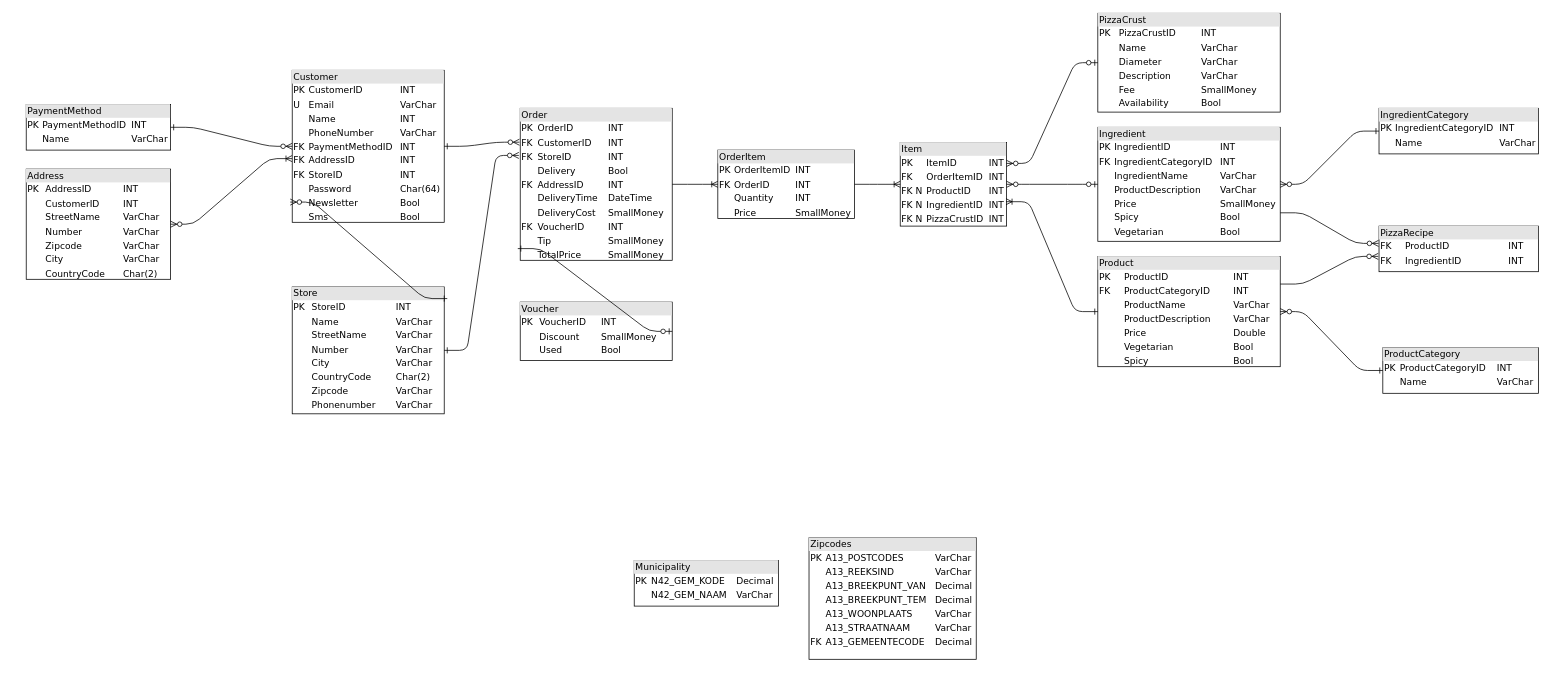
Above: DBO_huidige_situatie.drawio in SlatanEnLexSemester4/Mario-Pizza-Case (draw.io), before the change. Source tidied: cells renumbered, new cells numbered last; positions are measured from the earlier drawing's top-left corner, leaving out a move shared by most shapes. Both pictures are drawn from the tidied source at 76%, with x=0, y=0 at pixel (26, 13).
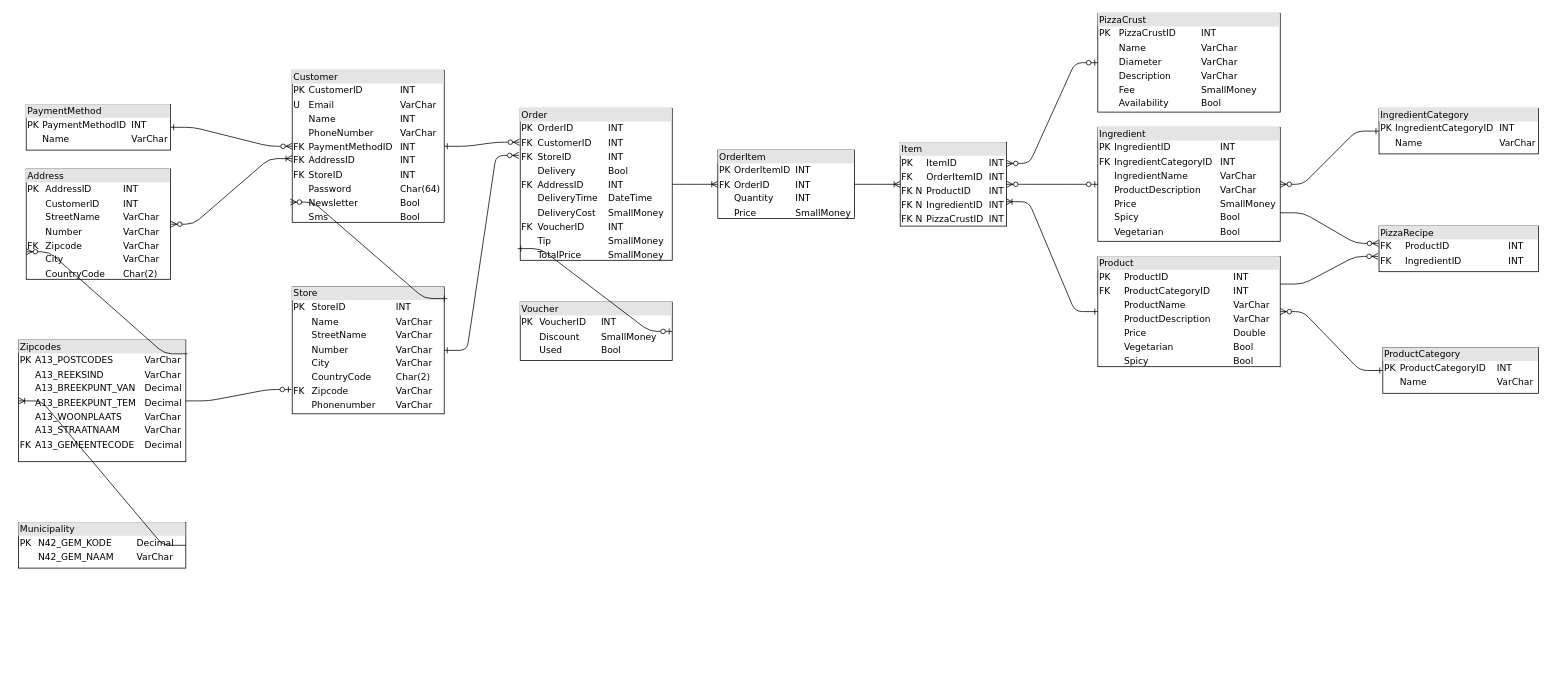
Above is the later version.

The edit, as a diff of the source:
```diff
@@
-    <mxCell id="4" value="&lt;div style=&quot;box-sizing: border-box ; width: 100% ; background: #e4e4e4 ; padding: 2px&quot;&gt;Store&lt;br&gt;&lt;/div&gt;&lt;table style=&quot;width: 100% ; font-size: 1em&quot; cellspacing=&quot;0&quot; cellpadding=&quot;2&quot;&gt;&lt;tbody&gt;&lt;tr&gt;&lt;td&gt;PK&lt;/td&gt;&lt;td&gt;StoreID&lt;br&gt;&lt;/td&gt;&lt;td&gt;INT&lt;/td&gt;&lt;/tr&gt;&lt;tr&gt;&lt;td&gt;&lt;br&gt;&lt;/td&gt;&lt;td&gt;Name&lt;br&gt;&lt;/td&gt;&lt;td&gt;VarChar&lt;/td&gt;&lt;/tr&gt;&lt;tr&gt;&lt;td&gt;&lt;br&gt;&lt;/td&gt;&lt;td&gt;StreetName&lt;br&gt;&lt;/td&gt;&lt;td&gt;VarChar&lt;/td&gt;&lt;/tr&gt;&lt;tr&gt;&lt;td&gt;&lt;br&gt;&lt;/td&gt;&lt;td&gt;Number&lt;br&gt;&lt;/td&gt;&lt;td&gt;VarChar&lt;/td&gt;&lt;/tr&gt;&lt;tr&gt;&lt;td&gt;&lt;br&gt;&lt;/td&gt;&lt;td&gt;City&lt;br&gt;&lt;/td&gt;&lt;td&gt;VarChar&lt;/td&gt;&lt;/tr&gt;&lt;tr&gt;&lt;td&gt;&lt;br&gt;&lt;/td&gt;&lt;td&gt;CountryCode&lt;br&gt;&lt;/td&gt;&lt;td&gt;Char(2)&lt;/td&gt;&lt;/tr&gt;&lt;tr&gt;&lt;td&gt;&lt;br&gt;&lt;/td&gt;&lt;td&gt;Zipcode&lt;br&gt;&lt;/td&gt;&lt;td&gt;VarChar&lt;/td&gt;&lt;/tr&gt;&lt;tr&gt;&lt;td&gt;&lt;br&gt;&lt;/td&gt;&lt;td&gt;Phonenumber&lt;br&gt;&lt;/td&gt;&lt;td&gt;VarChar&lt;/td&gt;&lt;/tr&gt;&lt;/tbody&gt;&lt;/table&gt;" style="verticalAlign=top;align=left;overflow=fill;html=1;rounded=0;shadow=0;comic=0;labelBackgroundColor=none;strokeWidth=1;fontFamily=Verdana;fontSize=12;" parent="1" vertex="1">
+    <mxCell id="4" value="&lt;div style=&quot;box-sizing: border-box ; width: 100% ; background: #e4e4e4 ; padding: 2px&quot;&gt;Store&lt;br&gt;&lt;/div&gt;&lt;table style=&quot;width: 100% ; font-size: 1em&quot; cellspacing=&quot;0&quot; cellpadding=&quot;2&quot;&gt;&lt;tbody&gt;&lt;tr&gt;&lt;td&gt;PK&lt;/td&gt;&lt;td&gt;StoreID&lt;br&gt;&lt;/td&gt;&lt;td&gt;INT&lt;/td&gt;&lt;/tr&gt;&lt;tr&gt;&lt;td&gt;&lt;br&gt;&lt;/td&gt;&lt;td&gt;Name&lt;br&gt;&lt;/td&gt;&lt;td&gt;VarChar&lt;/td&gt;&lt;/tr&gt;&lt;tr&gt;&lt;td&gt;&lt;br&gt;&lt;/td&gt;&lt;td&gt;StreetName&lt;br&gt;&lt;/td&gt;&lt;td&gt;VarChar&lt;/td&gt;&lt;/tr&gt;&lt;tr&gt;&lt;td&gt;&lt;br&gt;&lt;/td&gt;&lt;td&gt;Number&lt;br&gt;&lt;/td&gt;&lt;td&gt;VarChar&lt;/td&gt;&lt;/tr&gt;&lt;tr&gt;&lt;td&gt;&lt;br&gt;&lt;/td&gt;&lt;td&gt;City&lt;br&gt;&lt;/td&gt;&lt;td&gt;VarChar&lt;/td&gt;&lt;/tr&gt;&lt;tr&gt;&lt;td&gt;&lt;br&gt;&lt;/td&gt;&lt;td&gt;CountryCode&lt;br&gt;&lt;/td&gt;&lt;td&gt;Char(2)&lt;/td&gt;&lt;/tr&gt;&lt;tr&gt;&lt;td&gt;FK&lt;/td&gt;&lt;td&gt;Zipcode&lt;br&gt;&lt;/td&gt;&lt;td&gt;VarChar&lt;/td&gt;&lt;/tr&gt;&lt;tr&gt;&lt;td&gt;&lt;br&gt;&lt;/td&gt;&lt;td&gt;Phonenumber&lt;br&gt;&lt;/td&gt;&lt;td&gt;VarChar&lt;/td&gt;&lt;/tr&gt;&lt;/tbody&gt;&lt;/table&gt;" style="verticalAlign=top;align=left;overflow=fill;html=1;rounded=0;shadow=0;comic=0;labelBackgroundColor=none;strokeWidth=1;fontFamily=Verdana;fontSize=12;" parent="1" vertex="1">
       <mxGeometry x="350" y="360" width="200" height="167" as="geometry" />
     </mxCell>
@@
     <mxCell id="6" value="&lt;div style=&quot;box-sizing: border-box ; width: 100% ; background: #e4e4e4 ; padding: 2px&quot;&gt;Zipcodes&lt;br&gt;&lt;/div&gt;&lt;table style=&quot;width: 100% ; font-size: 1em&quot; cellspacing=&quot;0&quot; cellpadding=&quot;2&quot;&gt;&lt;tbody&gt;&lt;tr&gt;&lt;td&gt;PK&lt;/td&gt;&lt;td&gt;A13_POSTCODES&lt;br&gt;&lt;/td&gt;&lt;td&gt;VarChar&lt;/td&gt;&lt;/tr&gt;&lt;tr&gt;&lt;td&gt;&lt;br&gt;&lt;/td&gt;&lt;td&gt;A13_REEKSIND&lt;br&gt;&lt;/td&gt;&lt;td&gt;VarChar&lt;br&gt;&lt;/td&gt;&lt;/tr&gt;&lt;tr&gt;&lt;td&gt;&lt;br&gt;&lt;/td&gt;&lt;td&gt;A13_BREEKPUNT_VAN&lt;br&gt;&lt;/td&gt;&lt;td&gt;Decimal&lt;br&gt;&lt;/td&gt;&lt;/tr&gt;&lt;tr&gt;&lt;td&gt;&lt;br&gt;&lt;/td&gt;&lt;td&gt;A13_BREEKPUNT_TEM&lt;br&gt;&lt;/td&gt;&lt;td&gt;Decimal&lt;br&gt;&lt;/td&gt;&lt;/tr&gt;&lt;tr&gt;&lt;td&gt;&lt;br&gt;&lt;/td&gt;&lt;td&gt;A13_WOONPLAATS&lt;br&gt;&lt;/td&gt;&lt;td&gt;VarChar&lt;br&gt;&lt;/td&gt;&lt;/tr&gt;&lt;tr&gt;&lt;td&gt;&lt;br&gt;&lt;/td&gt;&lt;td&gt;A13_STRAATNAAM&lt;br&gt;&lt;/td&gt;&lt;td&gt;VarChar&lt;br&gt;&lt;/td&gt;&lt;/tr&gt;&lt;tr&gt;&lt;td&gt;FK&lt;/td&gt;&lt;td&gt;A13_GEMEENTECODE&lt;br&gt;&lt;/td&gt;&lt;td&gt;Decimal&lt;/td&gt;&lt;/tr&gt;&lt;tr&gt;&lt;td&gt;&lt;br&gt;&lt;/td&gt;&lt;td&gt;&lt;br&gt;&lt;/td&gt;&lt;td&gt;&lt;br&gt;&lt;/td&gt;&lt;/tr&gt;&lt;tr&gt;&lt;td&gt;&lt;br&gt;&lt;/td&gt;&lt;td&gt;&lt;br&gt;&lt;/td&gt;&lt;td&gt;&lt;br&gt;&lt;/td&gt;&lt;/tr&gt;&lt;tr&gt;&lt;td&gt;&lt;br&gt;&lt;/td&gt;&lt;td&gt;&lt;br&gt;&lt;/td&gt;&lt;td&gt;&lt;br&gt;&lt;/td&gt;&lt;/tr&gt;&lt;tr&gt;&lt;td&gt;&lt;br&gt;&lt;/td&gt;&lt;td&gt;&lt;br&gt;&lt;/td&gt;&lt;td&gt;&lt;br&gt;&lt;/td&gt;&lt;/tr&gt;&lt;tr&gt;&lt;td&gt;&lt;br&gt;&lt;/td&gt;&lt;td&gt;&lt;br&gt;&lt;/td&gt;&lt;td&gt;&lt;br&gt;&lt;/td&gt;&lt;/tr&gt;&lt;/tbody&gt;&lt;/table&gt;" style="verticalAlign=top;align=left;overflow=fill;html=1;rounded=0;shadow=0;comic=0;labelBackgroundColor=none;strokeWidth=1;fontFamily=Verdana;fontSize=12;" parent="1" vertex="1">
-      <mxGeometry x="1030" y="690" width="220" height="160" as="geometry" />
+      <mxGeometry x="-10" y="430" width="220" height="160" as="geometry" />
     </mxCell>
     <mxCell id="7" value="&lt;div style=&quot;box-sizing: border-box ; width: 100% ; background: #e4e4e4 ; padding: 2px&quot;&gt;Municipality&lt;br&gt;&lt;/div&gt;&lt;table style=&quot;width: 100% ; font-size: 1em&quot; cellspacing=&quot;0&quot; cellpadding=&quot;2&quot;&gt;&lt;tbody&gt;&lt;tr&gt;&lt;td&gt;PK&lt;/td&gt;&lt;td&gt;N42_GEM_KODE&lt;br&gt;&lt;/td&gt;&lt;td&gt;Decimal&lt;br&gt;&lt;/td&gt;&lt;/tr&gt;&lt;tr&gt;&lt;td&gt;&lt;br&gt;&lt;/td&gt;&lt;td&gt;N42_GEM_NAAM&lt;br&gt;&lt;/td&gt;&lt;td&gt;VarChar&lt;/td&gt;&lt;/tr&gt;&lt;tr&gt;&lt;td&gt;&lt;br&gt;&lt;/td&gt;&lt;td&gt;&lt;br&gt;&lt;/td&gt;&lt;td&gt;&lt;br&gt;&lt;/td&gt;&lt;/tr&gt;&lt;/tbody&gt;&lt;/table&gt;" style="verticalAlign=top;align=left;overflow=fill;html=1;rounded=0;shadow=0;comic=0;labelBackgroundColor=none;strokeWidth=1;fontFamily=Verdana;fontSize=12;" parent="1" vertex="1">
-      <mxGeometry x="800" y="720" width="190" height="60" as="geometry" />
+      <mxGeometry x="-10" y="670" width="220" height="60" as="geometry" />
     </mxCell>
@@
-    <mxCell id="17" value="&lt;div style=&quot;box-sizing: border-box ; width: 100% ; background: #e4e4e4 ; padding: 2px&quot;&gt;Address&lt;br&gt;&lt;/div&gt;&lt;table style=&quot;width: 100% ; font-size: 1em&quot; cellspacing=&quot;0&quot; cellpadding=&quot;2&quot;&gt;&lt;tbody&gt;&lt;tr&gt;&lt;td&gt;PK&lt;/td&gt;&lt;td&gt;AddressID&lt;br&gt;&lt;/td&gt;&lt;td&gt;INT&lt;/td&gt;&lt;/tr&gt;&lt;tr&gt;&lt;td&gt;&lt;br&gt;&lt;/td&gt;&lt;td&gt;CustomerID&lt;br&gt;&lt;/td&gt;&lt;td&gt;INT&lt;/td&gt;&lt;/tr&gt;&lt;tr&gt;&lt;td&gt;&lt;br&gt;&lt;/td&gt;&lt;td&gt;StreetName&lt;/td&gt;&lt;td&gt;VarChar&lt;/td&gt;&lt;/tr&gt;&lt;tr&gt;&lt;td&gt;&lt;br&gt;&lt;/td&gt;&lt;td&gt;Number&lt;/td&gt;&lt;td&gt;VarChar&lt;/td&gt;&lt;/tr&gt;&lt;tr&gt;&lt;td&gt;&lt;br&gt;&lt;/td&gt;&lt;td&gt;Zipcode&lt;/td&gt;&lt;td&gt;VarChar&lt;/td&gt;&lt;/tr&gt;&lt;tr&gt;&lt;td&gt;&lt;br&gt;&lt;/td&gt;&lt;td&gt;City&lt;/td&gt;&lt;td&gt;VarChar&lt;/td&gt;&lt;/tr&gt;&lt;tr&gt;&lt;td&gt;&lt;br&gt;&lt;/td&gt;&lt;td&gt;CountryCode&lt;/td&gt;&lt;td&gt;Char(2)&lt;/td&gt;&lt;/tr&gt;&lt;/tbody&gt;&lt;/table&gt;" style="verticalAlign=top;align=left;overflow=fill;html=1;rounded=0;shadow=0;comic=0;labelBackgroundColor=none;strokeWidth=1;fontFamily=Verdana;fontSize=12;" parent="1" vertex="1">
+    <mxCell id="17" value="&lt;div style=&quot;box-sizing: border-box ; width: 100% ; background: #e4e4e4 ; padding: 2px&quot;&gt;Address&lt;br&gt;&lt;/div&gt;&lt;table style=&quot;width: 100% ; font-size: 1em&quot; cellspacing=&quot;0&quot; cellpadding=&quot;2&quot;&gt;&lt;tbody&gt;&lt;tr&gt;&lt;td&gt;PK&lt;/td&gt;&lt;td&gt;AddressID&lt;br&gt;&lt;/td&gt;&lt;td&gt;INT&lt;/td&gt;&lt;/tr&gt;&lt;tr&gt;&lt;td&gt;&lt;br&gt;&lt;/td&gt;&lt;td&gt;CustomerID&lt;br&gt;&lt;/td&gt;&lt;td&gt;INT&lt;/td&gt;&lt;/tr&gt;&lt;tr&gt;&lt;td&gt;&lt;br&gt;&lt;/td&gt;&lt;td&gt;StreetName&lt;/td&gt;&lt;td&gt;VarChar&lt;/td&gt;&lt;/tr&gt;&lt;tr&gt;&lt;td&gt;&lt;br&gt;&lt;/td&gt;&lt;td&gt;Number&lt;/td&gt;&lt;td&gt;VarChar&lt;/td&gt;&lt;/tr&gt;&lt;tr&gt;&lt;td&gt;FK&lt;/td&gt;&lt;td&gt;Zipcode&lt;/td&gt;&lt;td&gt;VarChar&lt;/td&gt;&lt;/tr&gt;&lt;tr&gt;&lt;td&gt;&lt;br&gt;&lt;/td&gt;&lt;td&gt;City&lt;/td&gt;&lt;td&gt;VarChar&lt;/td&gt;&lt;/tr&gt;&lt;tr&gt;&lt;td&gt;&lt;br&gt;&lt;/td&gt;&lt;td&gt;CountryCode&lt;/td&gt;&lt;td&gt;Char(2)&lt;/td&gt;&lt;/tr&gt;&lt;/tbody&gt;&lt;/table&gt;" style="verticalAlign=top;align=left;overflow=fill;html=1;rounded=0;shadow=0;comic=0;labelBackgroundColor=none;strokeWidth=1;fontFamily=Verdana;fontSize=12;" parent="1" vertex="1">
       <mxGeometry y="205" width="190" height="145" as="geometry" />
     </mxCell>
@@
+    <mxCell id="36" style="edgeStyle=entityRelationEdgeStyle;fontSize=12;html=1;endArrow=ERoneToMany;endFill=0;entryX=0;entryY=0.5;entryDx=0;entryDy=0;exitX=1;exitY=0.5;exitDx=0;exitDy=0;" parent="1" edge="1" source="7" target="6">
+      <mxGeometry relative="1" as="geometry" />
+    </mxCell>
+    <mxCell id="37" style="edgeStyle=entityRelationEdgeStyle;fontSize=12;html=1;endArrow=ERzeroToMany;endFill=1;exitX=1.009;exitY=0.113;exitDx=0;exitDy=0;exitPerimeter=0;entryX=0;entryY=0.75;entryDx=0;entryDy=0;" parent="1" edge="1" source="6" target="17">
+      <mxGeometry relative="1" as="geometry" />
+    </mxCell>
+    <mxCell id="38" style="edgeStyle=entityRelationEdgeStyle;fontSize=12;html=1;endArrow=ERzeroToOne;endFill=1;exitX=1;exitY=0.5;exitDx=0;exitDy=0;entryX=-0.005;entryY=0.808;entryDx=0;entryDy=0;entryPerimeter=0;" parent="1" edge="1" source="6" target="4">
+      <mxGeometry relative="1" as="geometry" />
+    </mxCell>
```
